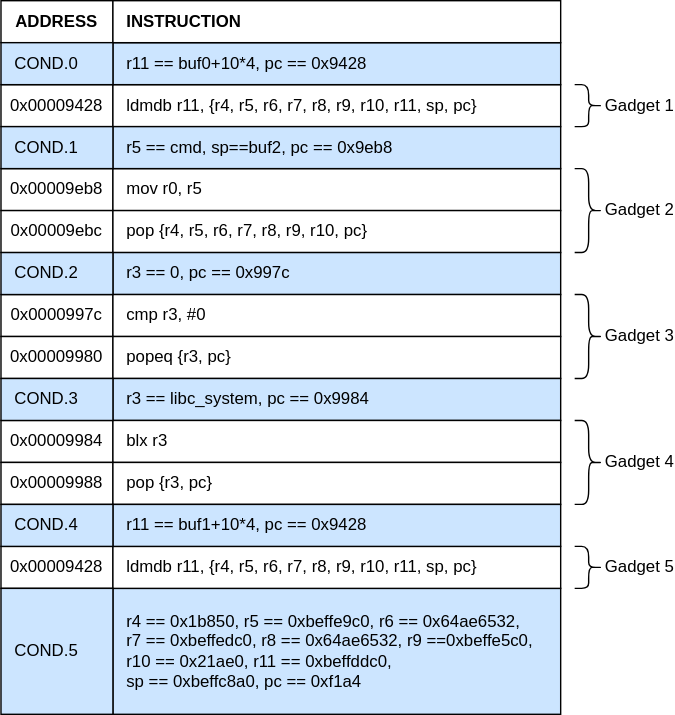
The draw.io diagram images/ROP_Chain.drawio.svg in cyber-defence-campus/netgear_r6700v3_circled, before a commit. Source tidied: cells renumbered, new cells last; positions are measured from the earlier drawing's top-left corner, leaving out a move shared by most shapes.
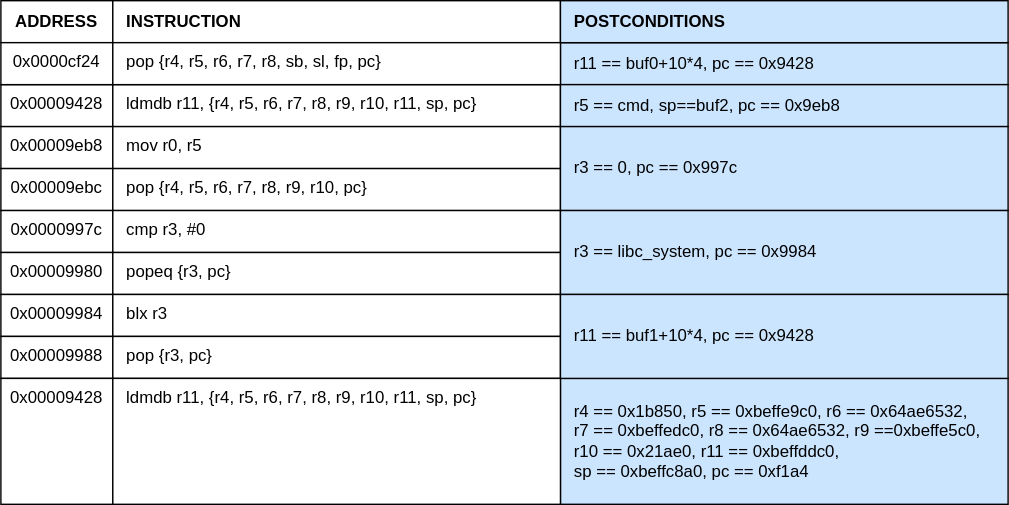
The same diagram one commit later.

What changed in the source:
```diff
@@ -2,20 +2,20 @@
   <root>
     <mxCell id="0" />
     <mxCell id="1" parent="0" />
-    <mxCell id="2" value="0x00009428" style="rounded=0;whiteSpace=wrap;html=1;verticalAlign=middle;" parent="1" vertex="1">
+    <mxCell id="2" value="0x00009428" style="rounded=0;whiteSpace=wrap;html=1;verticalAlign=top;" parent="1" vertex="1">
       <mxGeometry y="60" width="80" height="30" as="geometry" />
     </mxCell>
-    <mxCell id="3" value="ldmdb &lt;font&gt;r11&lt;/font&gt;, {r4, r5, r6, r7, r8, r9, r10, r11, sp, pc}" style="rounded=0;whiteSpace=wrap;html=1;verticalAlign=middle;align=left;spacingLeft=8;spacingRight=8;fontColor=#000000;" parent="1" vertex="1">
+    <mxCell id="3" value="ldmdb &lt;font&gt;r11&lt;/font&gt;, {r4, r5, r6, r7, r8, r9, r10, r11, sp, pc}" style="rounded=0;whiteSpace=wrap;html=1;verticalAlign=top;align=left;spacingLeft=8;spacingRight=8;fontColor=#000000;" parent="1" vertex="1">
       <mxGeometry x="80" y="60" width="320" height="30" as="geometry" />
     </mxCell>
     <mxCell id="4" value="r11 == buf0+10*4, pc == 0x9428" style="rounded=0;whiteSpace=wrap;html=1;verticalAlign=middle;align=left;spacingLeft=8;spacingRight=8;fillColor=#CCE5FF;" parent="1" vertex="1">
-      <mxGeometry x="80" y="30" width="320" height="30" as="geometry" />
+      <mxGeometry x="400" y="30" width="320" height="30" as="geometry" />
     </mxCell>
-    <mxCell id="5" value="0x00009eb8" style="rounded=0;whiteSpace=wrap;html=1;verticalAlign=middle;" parent="1" vertex="1">
-      <mxGeometry y="120" width="80" height="30" as="geometry" />
+    <mxCell id="5" value="0x00009eb8" style="rounded=0;whiteSpace=wrap;html=1;verticalAlign=top;" parent="1" vertex="1">
+      <mxGeometry y="90" width="80" height="30" as="geometry" />
     </mxCell>
-    <mxCell id="6" value="mov r0, r5" style="rounded=0;whiteSpace=wrap;html=1;verticalAlign=middle;align=left;spacingLeft=8;spacingRight=8;" parent="1" vertex="1">
-      <mxGeometry x="80" y="120" width="320" height="30" as="geometry" />
+    <mxCell id="6" value="mov r0, r5" style="rounded=0;whiteSpace=wrap;html=1;verticalAlign=top;align=left;spacingLeft=8;spacingRight=8;" parent="1" vertex="1">
+      <mxGeometry x="80" y="90" width="320" height="30" as="geometry" />
     </mxCell>
     <mxCell id="7" value="ADDRESS" style="rounded=0;whiteSpace=wrap;html=1;verticalAlign=middle;fontStyle=1;" parent="1" vertex="1">
       <mxGeometry width="80" height="30" as="geometry" />
@@ -23,89 +23,65 @@
     <mxCell id="8" value="INSTRUCTION" style="rounded=0;whiteSpace=wrap;html=1;verticalAlign=middle;align=left;spacingLeft=8;spacingRight=8;fontStyle=1;" parent="1" vertex="1">
       <mxGeometry x="80" width="320" height="30" as="geometry" />
     </mxCell>
-    <mxCell id="9" value="Gadget 1" style="shape=curlyBracket;html=1;rounded=1;flipH=1;labelPosition=right;verticalLabelPosition=middle;align=left;verticalAlign=middle;" parent="1" vertex="1">
-      <mxGeometry x="410" y="60" width="20" height="30" as="geometry" />
-    </mxCell>
-    <mxCell id="10" value="0x00009ebc" style="rounded=0;whiteSpace=wrap;html=1;verticalAlign=middle;" parent="1" vertex="1">
-      <mxGeometry y="150" width="80" height="30" as="geometry" />
+    <mxCell id="10" value="0x00009ebc" style="rounded=0;whiteSpace=wrap;html=1;verticalAlign=top;" parent="1" vertex="1">
+      <mxGeometry y="120" width="80" height="30" as="geometry" />
     </mxCell>
-    <mxCell id="11" value="pop {r4, r5, r6, r7, r8, r9, r10, pc}" style="rounded=0;whiteSpace=wrap;html=1;verticalAlign=middle;align=left;spacingLeft=8;spacingRight=8;" parent="1" vertex="1">
-      <mxGeometry x="80" y="150" width="320" height="30" as="geometry" />
+    <mxCell id="11" value="pop {r4, r5, r6, r7, r8, r9, r10, pc}" style="rounded=0;whiteSpace=wrap;html=1;verticalAlign=top;align=left;spacingLeft=8;spacingRight=8;" parent="1" vertex="1">
+      <mxGeometry x="80" y="120" width="320" height="30" as="geometry" />
     </mxCell>
-    <mxCell id="12" value="Gadget 2" style="shape=curlyBracket;html=1;rounded=1;flipH=1;labelPosition=right;verticalLabelPosition=middle;align=left;verticalAlign=middle;" parent="1" vertex="1">
-      <mxGeometry x="410" y="120" width="20" height="60" as="geometry" />
-    </mxCell>
     <mxCell id="13" value="r5 == cmd, sp==buf2, pc == 0x9eb8" style="rounded=0;whiteSpace=wrap;html=1;verticalAlign=middle;align=left;spacingLeft=8;spacingRight=8;fillColor=#CCE5FF;" parent="1" vertex="1">
-      <mxGeometry x="80" y="90" width="320" height="30" as="geometry" />
+      <mxGeometry x="400" y="60" width="320" height="30" as="geometry" />
     </mxCell>
     <mxCell id="14" value="r3 == 0, pc == 0x997c" style="rounded=0;whiteSpace=wrap;html=1;verticalAlign=middle;align=left;spacingLeft=8;spacingRight=8;fillColor=#CCE5FF;" parent="1" vertex="1">
-      <mxGeometry x="80" y="180" width="320" height="30" as="geometry" />
+      <mxGeometry x="400" y="90" width="320" height="60" as="geometry" />
     </mxCell>
-    <mxCell id="15" value="0x0000997c" style="rounded=0;whiteSpace=wrap;html=1;verticalAlign=middle;" parent="1" vertex="1">
-      <mxGeometry y="210" width="80" height="30" as="geometry" />
+    <mxCell id="15" value="0x0000997c" style="rounded=0;whiteSpace=wrap;html=1;verticalAlign=top;" parent="1" vertex="1">
+      <mxGeometry y="150" width="80" height="30" as="geometry" />
     </mxCell>
-    <mxCell id="16" value="cmp r3, #0" style="rounded=0;whiteSpace=wrap;html=1;verticalAlign=middle;align=left;spacingLeft=8;spacingRight=8;" parent="1" vertex="1">
-      <mxGeometry x="80" y="210" width="320" height="30" as="geometry" />
+    <mxCell id="16" value="cmp r3, #0" style="rounded=0;whiteSpace=wrap;html=1;verticalAlign=top;align=left;spacingLeft=8;spacingRight=8;" parent="1" vertex="1">
+      <mxGeometry x="80" y="150" width="320" height="30" as="geometry" />
     </mxCell>
-    <mxCell id="17" value="Gadget 3" style="shape=curlyBracket;html=1;rounded=1;flipH=1;labelPosition=right;verticalLabelPosition=middle;align=left;verticalAlign=middle;" parent="1" vertex="1">
-      <mxGeometry x="410" y="210" width="20" height="60" as="geometry" />
-    </mxCell>
-    <mxCell id="18" value="0x00009980" style="rounded=0;whiteSpace=wrap;html=1;verticalAlign=middle;" parent="1" vertex="1">
-      <mxGeometry y="240" width="80" height="30" as="geometry" />
+    <mxCell id="18" value="0x00009980" style="rounded=0;whiteSpace=wrap;html=1;verticalAlign=top;" parent="1" vertex="1">
+      <mxGeometry y="180" width="80" height="30" as="geometry" />
     </mxCell>
-    <mxCell id="19" value="popeq {r3, pc}" style="rounded=0;whiteSpace=wrap;html=1;verticalAlign=middle;align=left;spacingLeft=8;spacingRight=8;" parent="1" vertex="1">
-      <mxGeometry x="80" y="240" width="320" height="30" as="geometry" />
+    <mxCell id="19" value="popeq {r3, pc}" style="rounded=0;whiteSpace=wrap;html=1;verticalAlign=top;align=left;spacingLeft=8;spacingRight=8;" parent="1" vertex="1">
+      <mxGeometry x="80" y="180" width="320" height="30" as="geometry" />
     </mxCell>
     <mxCell id="20" value="r3 == libc_system, pc == 0x9984" style="rounded=0;whiteSpace=wrap;html=1;verticalAlign=middle;align=left;spacingLeft=8;spacingRight=8;fillColor=#CCE5FF;" parent="1" vertex="1">
-      <mxGeometry x="80" y="270" width="320" height="30" as="geometry" />
+      <mxGeometry x="400" y="150" width="320" height="60" as="geometry" />
     </mxCell>
-    <mxCell id="21" value="0x00009984" style="rounded=0;whiteSpace=wrap;html=1;verticalAlign=middle;" parent="1" vertex="1">
-      <mxGeometry y="300" width="80" height="30" as="geometry" />
+    <mxCell id="21" value="0x00009984" style="rounded=0;whiteSpace=wrap;html=1;verticalAlign=top;" parent="1" vertex="1">
+      <mxGeometry y="210" width="80" height="30" as="geometry" />
     </mxCell>
-    <mxCell id="22" value="blx r3" style="rounded=0;whiteSpace=wrap;html=1;verticalAlign=middle;align=left;spacingLeft=8;spacingRight=8;" parent="1" vertex="1">
-      <mxGeometry x="80" y="300" width="320" height="30" as="geometry" />
+    <mxCell id="22" value="blx r3" style="rounded=0;whiteSpace=wrap;html=1;verticalAlign=top;align=left;spacingLeft=8;spacingRight=8;" parent="1" vertex="1">
+      <mxGeometry x="80" y="210" width="320" height="30" as="geometry" />
     </mxCell>
-    <mxCell id="23" value="0x00009988" style="rounded=0;whiteSpace=wrap;html=1;verticalAlign=middle;" parent="1" vertex="1">
-      <mxGeometry y="330" width="80" height="30" as="geometry" />
+    <mxCell id="23" value="0x00009988" style="rounded=0;whiteSpace=wrap;html=1;verticalAlign=top;" parent="1" vertex="1">
+      <mxGeometry y="240" width="80" height="30" as="geometry" />
     </mxCell>
-    <mxCell id="24" value="pop {r3, pc}" style="rounded=0;whiteSpace=wrap;html=1;verticalAlign=middle;align=left;spacingLeft=8;spacingRight=8;" parent="1" vertex="1">
-      <mxGeometry x="80" y="330" width="320" height="30" as="geometry" />
+    <mxCell id="24" value="pop {r3, pc}" style="rounded=0;whiteSpace=wrap;html=1;verticalAlign=top;align=left;spacingLeft=8;spacingRight=8;" parent="1" vertex="1">
+      <mxGeometry x="80" y="240" width="320" height="30" as="geometry" />
     </mxCell>
-    <mxCell id="25" value="Gadget 4" style="shape=curlyBracket;html=1;rounded=1;flipH=1;labelPosition=right;verticalLabelPosition=middle;align=left;verticalAlign=middle;" parent="1" vertex="1">
-      <mxGeometry x="410" y="300" width="20" height="60" as="geometry" />
-    </mxCell>
     <mxCell id="26" value="r4 == 0x1b850, r5 == 0xbeffe9c0, r6 == 0x64ae6532,&lt;br&gt;r7 == 0xbeffedc0, r8 == 0x64ae6532, r9 ==0xbeffe5c0,&lt;br&gt;r10 == 0x21ae0, r11 == 0xbeffddc0,&lt;br&gt;sp == 0xbeffc8a0, pc == 0xf1a4" style="rounded=0;whiteSpace=wrap;html=1;verticalAlign=middle;align=left;spacingLeft=8;spacingRight=8;fillColor=#CCE5FF;" parent="1" vertex="1">
-      <mxGeometry x="80" y="420" width="320" height="90" as="geometry" />
+      <mxGeometry x="400" y="270" width="320" height="90" as="geometry" />
     </mxCell>
-    <mxCell id="27" value="0x00009428" style="rounded=0;whiteSpace=wrap;html=1;verticalAlign=middle;" parent="1" vertex="1">
-      <mxGeometry y="390" width="80" height="30" as="geometry" />
+    <mxCell id="27" value="0x00009428" style="rounded=0;whiteSpace=wrap;html=1;verticalAlign=top;" parent="1" vertex="1">
+      <mxGeometry y="270" width="80" height="90" as="geometry" />
     </mxCell>
-    <mxCell id="28" value="ldmdb &lt;font&gt;r11&lt;/font&gt;, {r4, r5, r6, r7, r8, r9, r10, r11, sp, pc}" style="rounded=0;whiteSpace=wrap;html=1;verticalAlign=middle;align=left;spacingLeft=8;spacingRight=8;fontColor=#000000;" parent="1" vertex="1">
-      <mxGeometry x="80" y="390" width="320" height="30" as="geometry" />
+    <mxCell id="28" value="ldmdb &lt;font&gt;r11&lt;/font&gt;, {r4, r5, r6, r7, r8, r9, r10, r11, sp, pc}" style="rounded=0;whiteSpace=wrap;html=1;verticalAlign=top;align=left;spacingLeft=8;spacingRight=8;fontColor=#000000;" parent="1" vertex="1">
+      <mxGeometry x="80" y="270" width="320" height="90" as="geometry" />
     </mxCell>
-    <mxCell id="29" value="Gadget 5" style="shape=curlyBracket;html=1;rounded=1;flipH=1;labelPosition=right;verticalLabelPosition=middle;align=left;verticalAlign=middle;" parent="1" vertex="1">
-      <mxGeometry x="410" y="390" width="20" height="30" as="geometry" />
-    </mxCell>
     <mxCell id="30" value="r11 == buf1+10*4, pc == 0x9428" style="rounded=0;whiteSpace=wrap;html=1;verticalAlign=middle;align=left;spacingLeft=8;spacingRight=8;fillColor=#CCE5FF;" parent="1" vertex="1">
-      <mxGeometry x="80" y="360" width="320" height="30" as="geometry" />
+      <mxGeometry x="400" y="210" width="320" height="60" as="geometry" />
     </mxCell>
-    <mxCell id="31" value="COND.0" style="rounded=0;whiteSpace=wrap;html=1;verticalAlign=middle;align=left;spacingLeft=8;spacingRight=8;fillColor=#CCE5FF;" parent="1" vertex="1">
-      <mxGeometry y="30" width="80" height="30" as="geometry" />
-    </mxCell>
-    <mxCell id="32" value="COND.1" style="rounded=0;whiteSpace=wrap;html=1;verticalAlign=middle;align=left;spacingLeft=8;spacingRight=8;fillColor=#CCE5FF;" parent="1" vertex="1">
-      <mxGeometry y="90" width="80" height="30" as="geometry" />
-    </mxCell>
-    <mxCell id="33" value="COND.2" style="rounded=0;whiteSpace=wrap;html=1;verticalAlign=middle;align=left;spacingLeft=8;spacingRight=8;fillColor=#CCE5FF;" parent="1" vertex="1">
-      <mxGeometry y="180" width="80" height="30" as="geometry" />
-    </mxCell>
-    <mxCell id="34" value="COND.3" style="rounded=0;whiteSpace=wrap;html=1;verticalAlign=middle;align=left;spacingLeft=8;spacingRight=8;fillColor=#CCE5FF;" parent="1" vertex="1">
-      <mxGeometry y="270" width="80" height="30" as="geometry" />
-    </mxCell>
-    <mxCell id="35" value="COND.4" style="rounded=0;whiteSpace=wrap;html=1;verticalAlign=middle;align=left;spacingLeft=8;spacingRight=8;fillColor=#CCE5FF;" parent="1" vertex="1">
-      <mxGeometry y="360" width="80" height="30" as="geometry" />
-    </mxCell>
-    <mxCell id="36" value="COND.5" style="rounded=0;whiteSpace=wrap;html=1;verticalAlign=middle;align=left;spacingLeft=8;spacingRight=8;fillColor=#CCE5FF;" parent="1" vertex="1">
-      <mxGeometry y="420" width="80" height="90" as="geometry" />
-    </mxCell>
+    <mxCell id="37" value="0x0000cf24" style="rounded=0;whiteSpace=wrap;html=1;verticalAlign=top;" parent="1" vertex="1">
+      <mxGeometry y="30" width="80" height="30" as="geometry" />
+    </mxCell>
+    <mxCell id="38" value="pop {r4, r5, r6, r7, r8, sb, sl, fp, pc}" style="rounded=0;whiteSpace=wrap;html=1;verticalAlign=top;align=left;spacingLeft=8;spacingRight=8;fontColor=#000000;" parent="1" vertex="1">
+      <mxGeometry x="80" y="30" width="320" height="30" as="geometry" />
+    </mxCell>
+    <mxCell id="39" value="&lt;b&gt;POSTCONDITIONS&lt;/b&gt;" style="rounded=0;whiteSpace=wrap;html=1;verticalAlign=middle;align=left;spacingLeft=8;spacingRight=8;fillColor=#CCE5FF;" parent="1" vertex="1">
+      <mxGeometry x="400" width="320" height="30" as="geometry" />
+    </mxCell>
   </root>
 </mxGraphModel>
```
